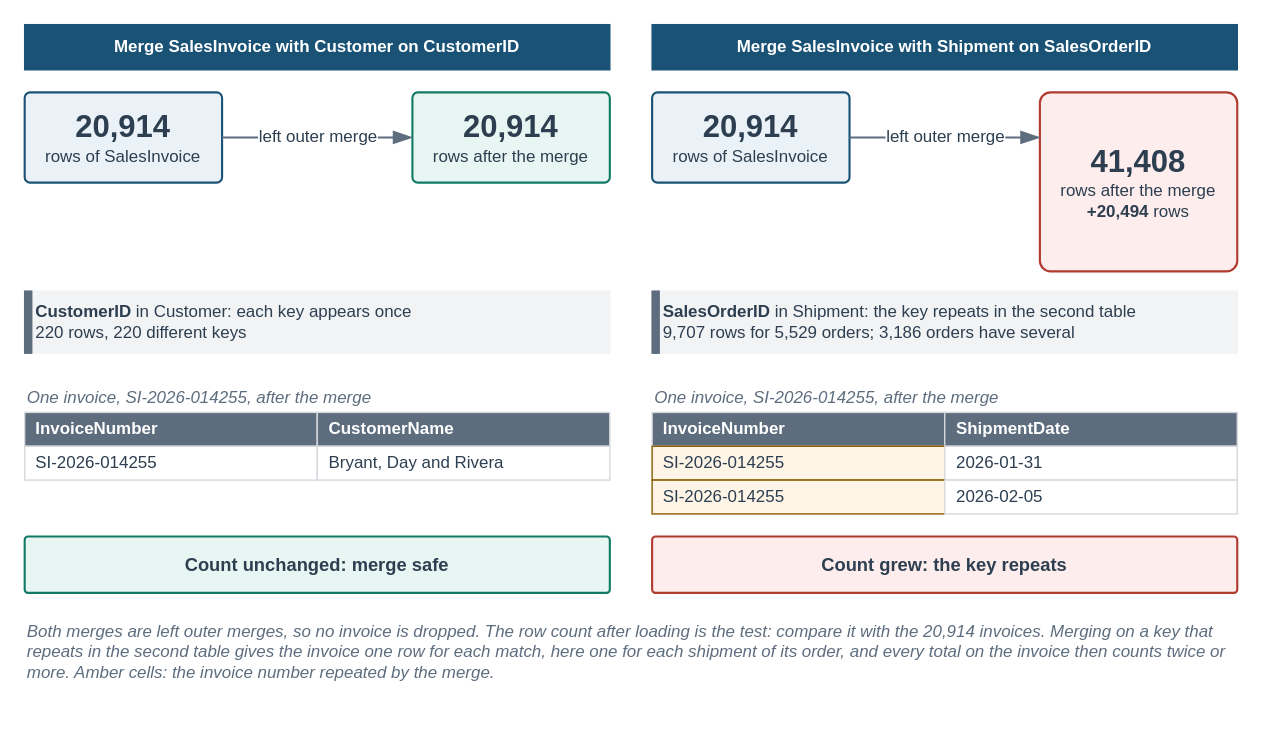
Earlier version of the draw.io diagram facts/instructor/figures/chapter-05-data-preparation/IF-05-0-B.drawio (mmcodesso/Accounting_Analytics_Book). Source tidied: cells renumbered, new cells numbered last; positions are measured from the earlier drawing's top-left corner, leaving out a move shared by most shapes. Both pictures are drawn from the tidied source at 141%, with x=0, y=0 at pixel (24, 24).
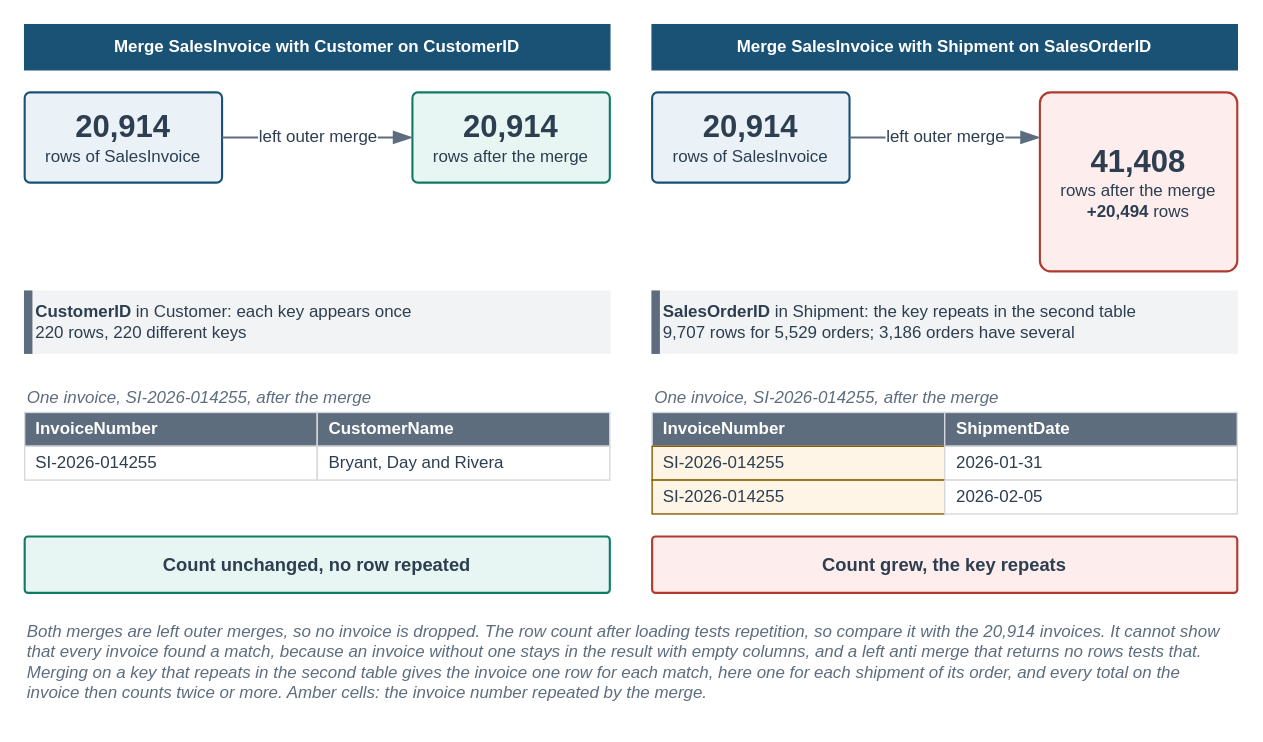
Above is the later version.

Change to the diagram source:
```diff
@@
     <mxCell id="2" style="rounded=0;html=1;fillColor=none;strokeColor=none;" parent="1" vertex="1">
-      <mxGeometry width="860" height="471" as="geometry" />
+      <mxGeometry width="860" height="491" as="geometry" />
     </mxCell>
@@
-    <mxCell id="14" value="&lt;b&gt;Count unchanged: merge safe&lt;/b&gt;" style="rounded=1;arcSize=6;whiteSpace=wrap;html=1;fillColor=#E8F6F3;strokeColor=#117A65;strokeWidth=1.5;fontColor=#2C3E50;fontSize=13;fontStyle=0;align=center;verticalAlign=middle;fontFamily=Helvetica;spacingLeft=6;spacingRight=6;" parent="1" vertex="1">
+    <mxCell id="14" value="&lt;b&gt;Count unchanged, no row repeated&lt;/b&gt;" style="rounded=1;arcSize=6;whiteSpace=wrap;html=1;fillColor=#E8F6F3;strokeColor=#117A65;strokeWidth=1.5;fontColor=#2C3E50;fontSize=13;fontStyle=0;align=center;verticalAlign=middle;fontFamily=Helvetica;spacingLeft=6;spacingRight=6;" parent="1" vertex="1">
       <mxGeometry y="363" width="415" height="40" as="geometry" />
     </mxCell>
@@
-    <mxCell id="28" value="&lt;b&gt;Count grew: the key repeats&lt;/b&gt;" style="rounded=1;arcSize=6;whiteSpace=wrap;html=1;fillColor=#FDEDEC;strokeColor=#B03A2E;strokeWidth=1.5;fontColor=#2C3E50;fontSize=13;fontStyle=0;align=center;verticalAlign=middle;fontFamily=Helvetica;spacingLeft=6;spacingRight=6;" parent="1" vertex="1">
+    <mxCell id="28" value="&lt;b&gt;Count grew, the key repeats&lt;/b&gt;" style="rounded=1;arcSize=6;whiteSpace=wrap;html=1;fillColor=#FDEDEC;strokeColor=#B03A2E;strokeWidth=1.5;fontColor=#2C3E50;fontSize=13;fontStyle=0;align=center;verticalAlign=middle;fontFamily=Helvetica;spacingLeft=6;spacingRight=6;" parent="1" vertex="1">
       <mxGeometry x="445" y="363" width="415" height="40" as="geometry" />
     </mxCell>
-    <mxCell id="29" value="&lt;i&gt;Both merges are left outer merges, so no invoice is dropped. The row count after loading is the test: compare it with the 20,914 invoices. Merging on a key that repeats in the second table gives the invoice one row for each match, here one for each shipment of its order, and every total on the invoice then counts twice or more. Amber cells: the invoice number repeated by the merge.&lt;/i&gt;" style="text;html=1;whiteSpace=wrap;align=left;verticalAlign=top;fontSize=12;fontColor=#5D6D7E;fontStyle=0;fontFamily=Helvetica;spacing=2;fillColor=none;strokeColor=none;" parent="1" vertex="1">
-      <mxGeometry y="417" width="860" height="52" as="geometry" />
+    <mxCell id="29" value="&lt;i&gt;Both merges are left outer merges, so no invoice is dropped. The row count after loading tests repetition, so compare it with the 20,914 invoices. It cannot show that every invoice found a match, because an invoice without one stays in the result with empty columns, and a left anti merge that returns no rows tests that. Merging on a key that repeats in the second table gives the invoice one row for each match, here one for each shipment of its order, and every total on the invoice then counts twice or more. Amber cells: the invoice number repeated by the merge.&lt;/i&gt;" style="text;html=1;whiteSpace=wrap;align=left;verticalAlign=top;fontSize=12;fontColor=#5D6D7E;fontStyle=0;fontFamily=Helvetica;spacing=2;fillColor=none;strokeColor=none;" parent="1" vertex="1">
+      <mxGeometry y="417" width="860" height="72" as="geometry" />
     </mxCell>
```
